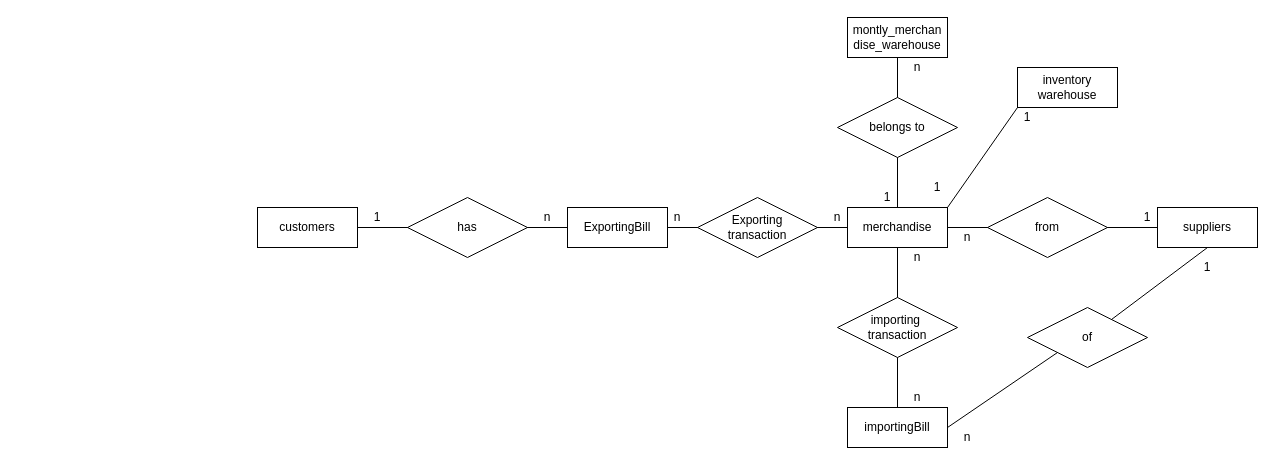
Azure2212/FoodOrderManagement keeps this draw.io diagram as ERD/ERD.drawio. Above is the earlier version. Source tidied: cells renumbered, new cells numbered last; positions are measured from the earlier drawing's top-left corner, leaving out a move shared by most shapes. Both pictures are drawn from the tidied source at 100%, with x=0, y=0 at pixel (257, 17).
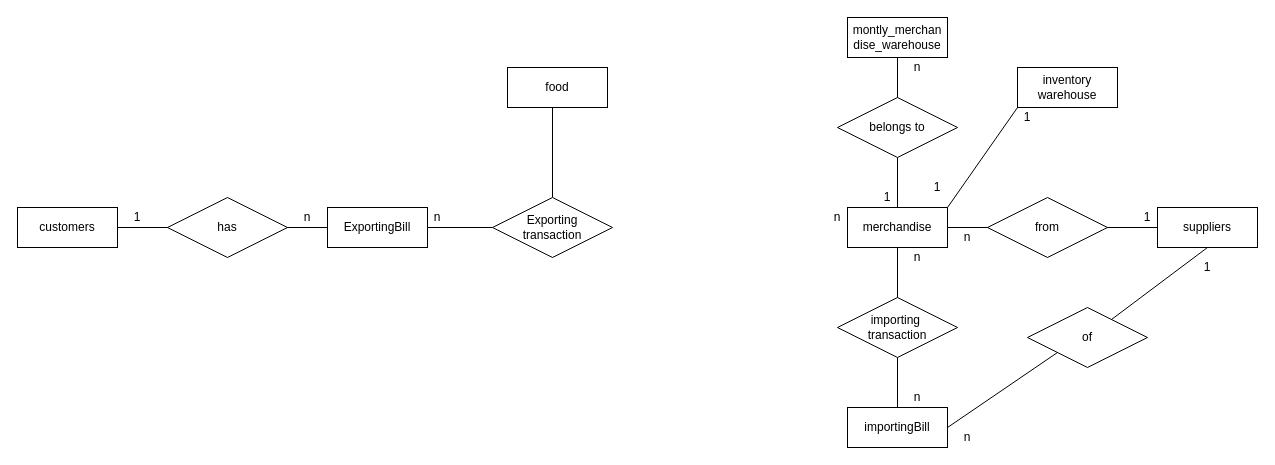
Above is the later version.

The change refers to these unchanged cells:
```xml
<mxCell id="2" value="merchandise" style="whiteSpace=wrap;html=1;align=center;" parent="1" vertex="1">
  <mxGeometry x="590" y="190" width="100" height="40" as="geometry" />
</mxCell>
```

Change to the diagram source:
```diff
@@
     <mxCell id="4" value="customers" style="whiteSpace=wrap;html=1;align=center;" parent="1" vertex="1">
-      <mxGeometry y="190" width="100" height="40" as="geometry" />
+      <mxGeometry x="-240" y="190" width="100" height="40" as="geometry" />
     </mxCell>
@@
     <mxCell id="8" value="ExportingBill" style="whiteSpace=wrap;html=1;align=center;" parent="1" vertex="1">
-      <mxGeometry x="310" y="190" width="100" height="40" as="geometry" />
+      <mxGeometry x="70" y="190" width="100" height="40" as="geometry" />
     </mxCell>
@@
     <mxCell id="11" value="has" style="shape=rhombus;perimeter=rhombusPerimeter;whiteSpace=wrap;html=1;align=center;" parent="1" vertex="1">
-      <mxGeometry x="150" y="180" width="120" height="60" as="geometry" />
+      <mxGeometry x="-90" y="180" width="120" height="60" as="geometry" />
     </mxCell>
     <mxCell id="12" value="n" style="text;html=1;strokeColor=none;fillColor=none;align=center;verticalAlign=middle;whiteSpace=wrap;rounded=0;" parent="1" vertex="1">
-      <mxGeometry x="270" y="190" width="40" height="20" as="geometry" />
+      <mxGeometry x="30" y="190" width="40" height="20" as="geometry" />
     </mxCell>
     <mxCell id="13" value="1" style="text;html=1;strokeColor=none;fillColor=none;align=center;verticalAlign=middle;whiteSpace=wrap;rounded=0;" parent="1" vertex="1">
-      <mxGeometry x="100" y="190" width="40" height="20" as="geometry" />
+      <mxGeometry x="-140" y="190" width="40" height="20" as="geometry" />
     </mxCell>
-    <mxCell id="14" style="endArrow=none;html=1;exitX=1;exitY=0.5;exitDx=0;exitDy=0;entryX=0;entryY=0.5;entryDx=0;entryDy=0;" parent="1" edge="1" source="8" target="2">
-      <mxGeometry relative="1" as="geometry" />
+    <mxCell id="14" style="endArrow=none;html=1;exitX=0.5;exitY=0;exitDx=0;exitDy=0;" parent="1" edge="1" source="15">
+      <mxGeometry relative="1" as="geometry">
+        <mxPoint x="295" y="90" as="targetPoint" />
+      </mxGeometry>
     </mxCell>
-    <mxCell id="15" value="Exporting&lt;br&gt;transaction" style="shape=rhombus;perimeter=rhombusPerimeter;whiteSpace=wrap;html=1;align=center;" parent="1" vertex="1">
-      <mxGeometry x="440" y="180" width="120" height="60" as="geometry" />
-    </mxCell>
@@
     <mxCell id="17" value="n" style="text;html=1;strokeColor=none;fillColor=none;align=center;verticalAlign=middle;whiteSpace=wrap;rounded=0;" parent="1" vertex="1">
-      <mxGeometry x="400" y="190" width="40" height="20" as="geometry" />
+      <mxGeometry x="160" y="190" width="40" height="20" as="geometry" />
     </mxCell>
@@
+    <mxCell id="15" value="Exporting&lt;br&gt;transaction" style="shape=rhombus;perimeter=rhombusPerimeter;whiteSpace=wrap;html=1;align=center;" parent="1" vertex="1">
+      <mxGeometry x="235" y="180" width="120" height="60" as="geometry" />
+    </mxCell>
+    <mxCell id="37" style="endArrow=none;html=1;exitX=1;exitY=0.5;exitDx=0;exitDy=0;entryX=0;entryY=0.5;entryDx=0;entryDy=0;" parent="1" edge="1" source="8" target="15">
+      <mxGeometry relative="1" as="geometry" />
+    </mxCell>
+    <mxCell id="38" value="food" style="whiteSpace=wrap;html=1;align=center;" parent="1" vertex="1">
+      <mxGeometry x="250" y="50" width="100" height="40" as="geometry" />
+    </mxCell>
```
